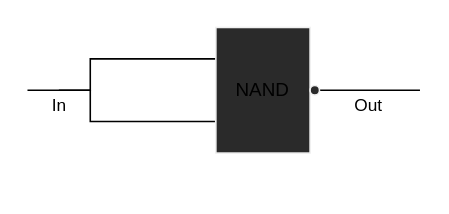
Earlier version of the draw.io diagram projects/01/And.drawio (hpr1999/NAND2Tetris). Source tidied: cells renumbered, new cells numbered last; positions are measured from the earlier drawing's top-left corner, leaving out a move shared by most shapes. Both pictures are drawn from the tidied source at 157%, with x=0, y=0 at pixel (27, 27).
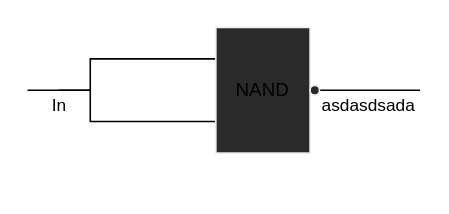
Above is the later version.

What changed in the source:
```diff
@@
 <mxGraphModel>
   <root>
     <mxCell id="0" />
     <mxCell id="1" parent="0" />
     <mxCell id="2" style="edgeStyle=elbowEdgeStyle;rounded=0;jettySize=auto;html=1;endArrow=none;endFill=0;" parent="1" edge="1" source="5">
       <mxGeometry relative="1" as="geometry">
         <mxPoint y="40" as="targetPoint" />
         <Array as="points">
           <mxPoint x="40" y="20" />
           <mxPoint x="80" y="20" />
           <mxPoint x="40" y="30" />
           <mxPoint x="70" y="30" />
           <mxPoint x="100" y="10" />
         </Array>
       </mxGeometry>
     </mxCell>
     <mxCell id="3" value="In" style="edgeStyle=elbowEdgeStyle;rounded=0;jettySize=auto;html=1;endArrow=none;endFill=0;exitX=-0.009;exitY=0.748;exitDx=0;exitDy=0;exitPerimeter=0;" parent="1" edge="1" source="5">
       <mxGeometry x="1" y="10" relative="1" as="geometry">
         <mxPoint x="20" y="40" as="targetPoint" />
         <Array as="points">
           <mxPoint x="40" y="50" />
         </Array>
       </mxGeometry>
     </mxCell>
-    <mxCell id="4" value="Out&lt;br&gt;" style="edgeStyle=elbowEdgeStyle;rounded=0;jettySize=auto;html=1;exitX=1;exitY=0.5;exitDx=0;exitDy=0;exitPerimeter=0;endArrow=none;endFill=0;" parent="1" edge="1" source="5">
+    <mxCell id="4" value="asdasdsada&lt;br&gt;" style="edgeStyle=elbowEdgeStyle;rounded=0;jettySize=auto;html=1;exitX=1;exitY=0.5;exitDx=0;exitDy=0;exitPerimeter=0;endArrow=none;endFill=0;" parent="1" edge="1" source="5">
       <mxGeometry x="0.01" y="-10" relative="1" as="geometry">
         <mxPoint x="250" y="40" as="targetPoint" />
         <mxPoint x="-1" as="offset" />
       </mxGeometry>
     </mxCell>
     <mxCell id="5" value="&lt;br&gt;" style="verticalLabelPosition=bottom;shadow=0;dashed=0;align=center;html=1;verticalAlign=top;shape=mxgraph.electrical.iec_logic_gates.nand;fontFamily=Helvetica;fontSize=12;fontColor=#F0F0F0;strokeColor=#f0f0f0;fillColor=#2a2a2a;" parent="1" vertex="1">
       <mxGeometry x="120" width="66" height="80" as="geometry" />
     </mxCell>
   </root>
 </mxGraphModel>
```
